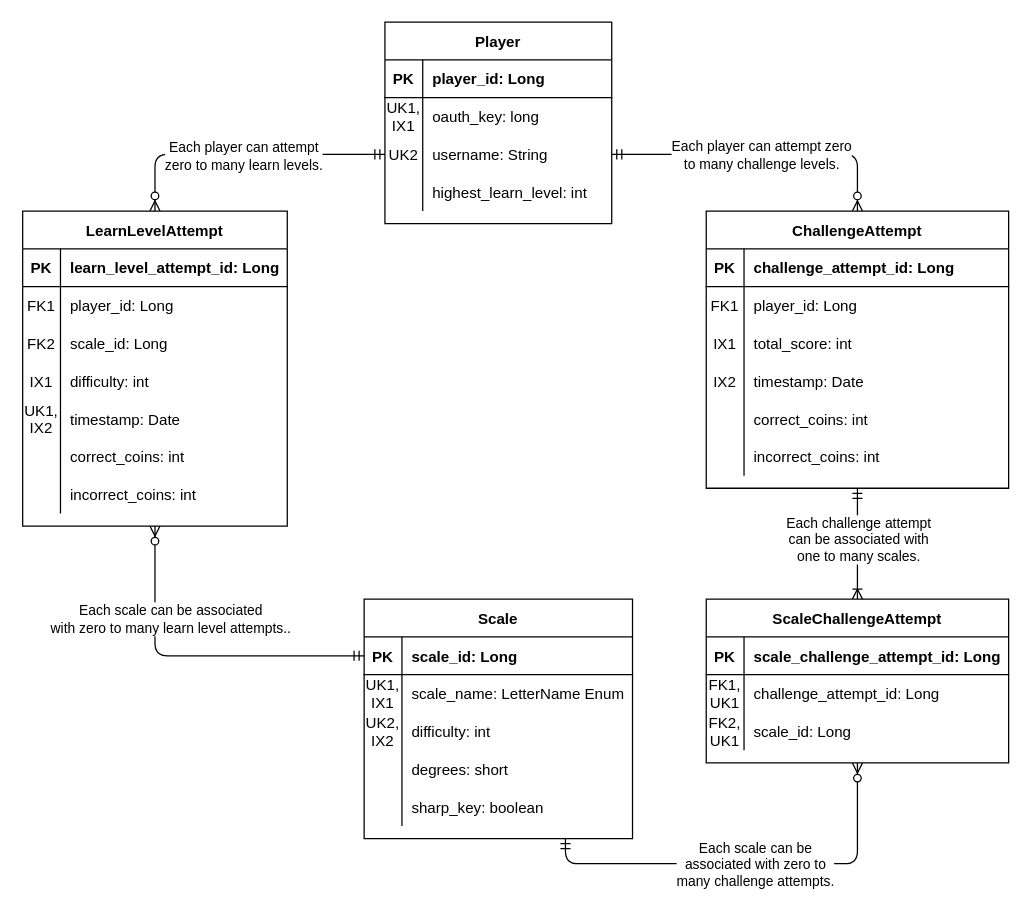
The draw.io diagram docs/work/erd.drawio in lsteiner9/ScaleScroller, before the edit. Source tidied: cells renumbered, new cells numbered last; positions are measured from the earlier drawing's top-left corner, leaving out a move shared by most shapes. Both pictures are drawn from the tidied source at 126%, with x=0, y=0 at pixel (21, 21).
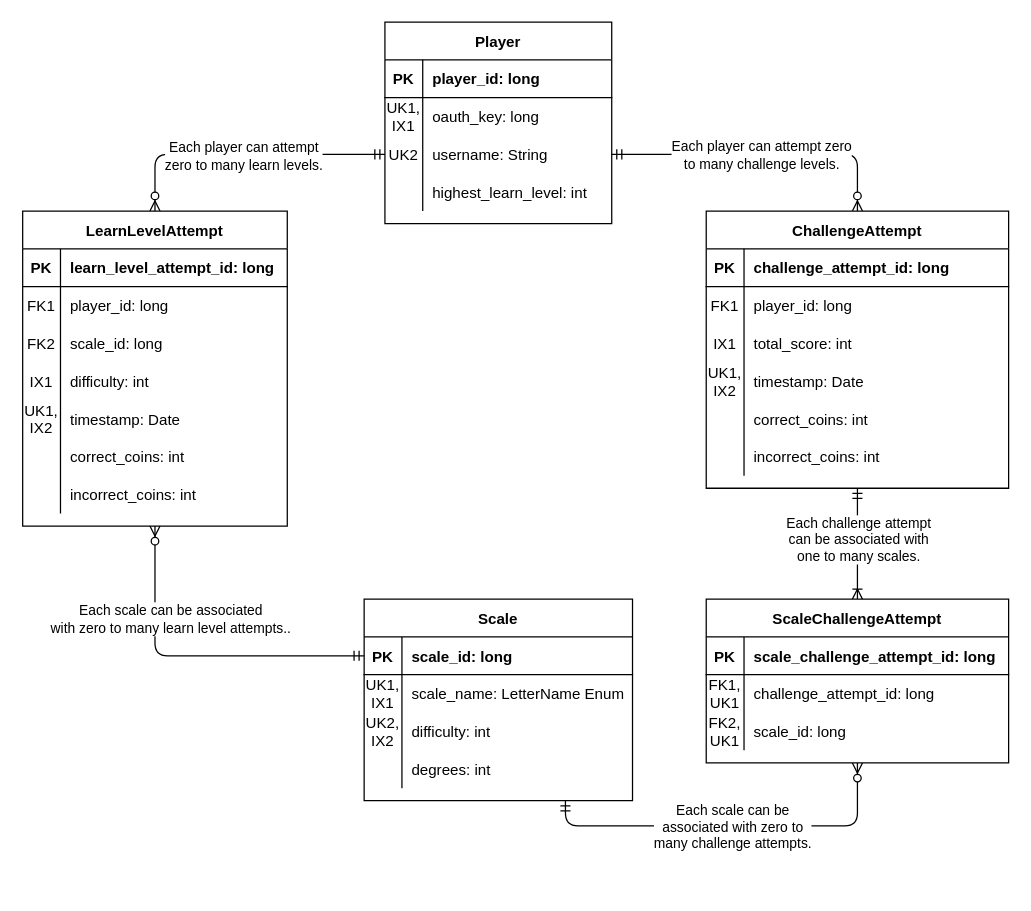
Above is the later version.

Unchanged cells that the change refers to:
```xml
<mxCell id="9" style="shape=partialRectangle;fillColor=none;top=0;left=0;bottom=1;right=0;" parent="8" vertex="1">
  <mxGeometry y="30" width="240" height="30" as="geometry" />
</mxCell>
<mxCell id="12" style="shape=partialRectangle;fillColor=none;top=0;left=0;bottom=0;right=0;" parent="8" vertex="1">
  <mxGeometry y="60" width="240" height="30" as="geometry" />
</mxCell>
<mxCell id="15" style="shape=partialRectangle;fillColor=none;top=0;left=0;bottom=0;right=0;" parent="8" vertex="1">
  <mxGeometry y="90" width="240" height="30" as="geometry" />
</mxCell>
<mxCell id="23" style="shape=partialRectangle;fillColor=none;top=0;left=0;bottom=1;right=0;" parent="22" vertex="1">
  <mxGeometry y="30" width="213" height="30" as="geometry" />
</mxCell>
<mxCell id="32" style="shape=partialRectangle;fillColor=none;top=0;left=0;bottom=0;right=0;" parent="22" vertex="1">
  <mxGeometry y="120" width="213" height="30" as="geometry" />
</mxCell>
<mxCell id="39" style="shape=partialRectangle;fillColor=none;top=0;left=0;bottom=1;right=0;" parent="38" vertex="1">
  <mxGeometry y="30" width="210" height="30" as="geometry" />
</mxCell>
<mxCell id="42" style="shape=partialRectangle;fillColor=none;top=0;left=0;bottom=0;right=0;" parent="38" vertex="1">
  <mxGeometry y="60" width="210" height="30" as="geometry" />
</mxCell>
<mxCell id="45" style="shape=partialRectangle;fillColor=none;top=0;left=0;bottom=0;right=0;" parent="38" vertex="1">
  <mxGeometry y="90" width="210" height="30" as="geometry" />
</mxCell>
<mxCell id="61" style="shape=partialRectangle;fillColor=none;top=0;left=0;bottom=1;right=0;" parent="60" vertex="1">
  <mxGeometry y="30" width="180" height="30" as="geometry" />
</mxCell>
<mxCell id="74" style="shape=partialRectangle;fillColor=none;top=0;left=0;bottom=1;right=0;" parent="73" vertex="1">
  <mxGeometry y="30" width="240" height="30" as="geometry" />
</mxCell>
<mxCell id="77" style="shape=partialRectangle;fillColor=none;top=0;left=0;bottom=0;right=0;" parent="73" vertex="1">
  <mxGeometry y="60" width="240" height="30" as="geometry" />
</mxCell>
<mxCell id="83" style="shape=partialRectangle;fillColor=none;top=0;left=0;bottom=0;right=0;" parent="73" vertex="1">
  <mxGeometry y="120" width="240" height="30" as="geometry" />
</mxCell>
```

The edit, as a diff of the source:
```diff
@@
-    <mxCell id="11" value="scale_challenge_attempt_id: Long" style="shape=partialRectangle;fillColor=none;top=0;left=0;bottom=0;right=0;align=left;spacingLeft=6;fontStyle=1;overflow=hidden;" parent="9" vertex="1">
+    <mxCell id="11" value="scale_challenge_attempt_id: long" style="shape=partialRectangle;fillColor=none;top=0;left=0;bottom=0;right=0;align=left;spacingLeft=6;fontStyle=1;overflow=hidden;" parent="9" vertex="1">
       <mxGeometry x="30" width="210" height="30" as="geometry" />
     </mxCell>
@@
-    <mxCell id="14" value="challenge_attempt_id: Long" style="shape=partialRectangle;fillColor=none;top=0;left=0;bottom=0;right=0;align=left;spacingLeft=6;overflow=hidden;fontStyle=0;" parent="12" vertex="1">
+    <mxCell id="14" value="challenge_attempt_id: long" style="shape=partialRectangle;fillColor=none;top=0;left=0;bottom=0;right=0;align=left;spacingLeft=6;overflow=hidden;fontStyle=0;" parent="12" vertex="1">
       <mxGeometry x="30" width="210" height="30" as="geometry" />
     </mxCell>
@@
-    <mxCell id="17" value="scale_id: Long" style="shape=partialRectangle;fillColor=none;top=0;left=0;bottom=0;right=0;align=left;spacingLeft=6;overflow=hidden;" parent="15" vertex="1">
+    <mxCell id="17" value="scale_id: long" style="shape=partialRectangle;fillColor=none;top=0;left=0;bottom=0;right=0;align=left;spacingLeft=6;overflow=hidden;" parent="15" vertex="1">
       <mxGeometry x="30" width="210" height="30" as="geometry" />
     </mxCell>
@@
     <mxCell id="22" value="Scale" style="shape=table;startSize=30;childLayout=tableLayout;rowLines=0;fontStyle=1;align=center;" parent="1" vertex="1">
-      <mxGeometry x="271.5" y="458" width="213" height="190" as="geometry" />
+      <mxGeometry x="271.5" y="458" width="213" height="160" as="geometry" />
     </mxCell>
@@
-    <mxCell id="25" value="scale_id: Long" style="shape=partialRectangle;fillColor=none;top=0;left=0;bottom=0;right=0;align=left;spacingLeft=6;fontStyle=1;overflow=hidden;" parent="23" vertex="1">
+    <mxCell id="25" value="scale_id: long" style="shape=partialRectangle;fillColor=none;top=0;left=0;bottom=0;right=0;align=left;spacingLeft=6;fontStyle=1;overflow=hidden;" parent="23" vertex="1">
       <mxGeometry x="30" width="183" height="30" as="geometry" />
     </mxCell>
@@
-    <mxCell id="34" value="degrees: short" style="shape=partialRectangle;fillColor=none;top=0;left=0;bottom=0;right=0;align=left;spacingLeft=6;overflow=hidden;" parent="32" vertex="1">
+    <mxCell id="34" value="degrees: int" style="shape=partialRectangle;fillColor=none;top=0;left=0;bottom=0;right=0;align=left;spacingLeft=6;overflow=hidden;" parent="32" vertex="1">
       <mxGeometry x="30" width="183" height="30" as="geometry" />
     </mxCell>
-    <mxCell id="35" style="shape=partialRectangle;fillColor=none;top=0;left=0;bottom=0;right=0;" parent="22" vertex="1">
-      <mxGeometry y="150" width="213" height="30" as="geometry" />
-    </mxCell>
-    <mxCell id="36" style="shape=partialRectangle;fillColor=none;top=0;left=0;bottom=0;right=0;overflow=hidden;" parent="35" vertex="1">
-      <mxGeometry width="30" height="30" as="geometry" />
-    </mxCell>
-    <mxCell id="37" value="sharp_key: boolean" style="shape=partialRectangle;fillColor=none;top=0;left=0;bottom=0;right=0;align=left;spacingLeft=6;overflow=hidden;" parent="35" vertex="1">
-      <mxGeometry x="30" width="183" height="30" as="geometry" />
-    </mxCell>
@@
-    <mxCell id="41" value="learn_level_attempt_id: Long" style="shape=partialRectangle;fillColor=none;top=0;left=0;bottom=0;right=0;align=left;spacingLeft=6;fontStyle=1;overflow=hidden;" parent="39" vertex="1">
+    <mxCell id="41" value="learn_level_attempt_id: long" style="shape=partialRectangle;fillColor=none;top=0;left=0;bottom=0;right=0;align=left;spacingLeft=6;fontStyle=1;overflow=hidden;" parent="39" vertex="1">
       <mxGeometry x="30" width="180" height="30" as="geometry" />
     </mxCell>
@@
-    <mxCell id="44" value="player_id: Long" style="shape=partialRectangle;fillColor=none;top=0;left=0;bottom=0;right=0;align=left;spacingLeft=6;overflow=hidden;" parent="42" vertex="1">
+    <mxCell id="44" value="player_id: long" style="shape=partialRectangle;fillColor=none;top=0;left=0;bottom=0;right=0;align=left;spacingLeft=6;overflow=hidden;" parent="42" vertex="1">
       <mxGeometry x="30" width="180" height="30" as="geometry" />
     </mxCell>
@@
-    <mxCell id="47" value="scale_id: Long" style="shape=partialRectangle;fillColor=none;top=0;left=0;bottom=0;right=0;align=left;spacingLeft=6;overflow=hidden;" parent="45" vertex="1">
+    <mxCell id="47" value="scale_id: long" style="shape=partialRectangle;fillColor=none;top=0;left=0;bottom=0;right=0;align=left;spacingLeft=6;overflow=hidden;" parent="45" vertex="1">
       <mxGeometry x="30" width="180" height="30" as="geometry" />
     </mxCell>
@@
-    <mxCell id="63" value="player_id: Long" style="shape=partialRectangle;fillColor=none;top=0;left=0;bottom=0;right=0;align=left;spacingLeft=6;fontStyle=1;overflow=hidden;" parent="61" vertex="1">
+    <mxCell id="63" value="player_id: long" style="shape=partialRectangle;fillColor=none;top=0;left=0;bottom=0;right=0;align=left;spacingLeft=6;fontStyle=1;overflow=hidden;" parent="61" vertex="1">
       <mxGeometry x="30" width="150" height="30" as="geometry" />
     </mxCell>
@@
-    <mxCell id="76" value="challenge_attempt_id: Long" style="shape=partialRectangle;fillColor=none;top=0;left=0;bottom=0;right=0;align=left;spacingLeft=6;fontStyle=1;overflow=hidden;" parent="74" vertex="1">
+    <mxCell id="76" value="challenge_attempt_id: long" style="shape=partialRectangle;fillColor=none;top=0;left=0;bottom=0;right=0;align=left;spacingLeft=6;fontStyle=1;overflow=hidden;" parent="74" vertex="1">
       <mxGeometry x="30" width="210" height="30" as="geometry" />
     </mxCell>
@@
-    <mxCell id="79" value="player_id: Long" style="shape=partialRectangle;fillColor=none;top=0;left=0;bottom=0;right=0;align=left;spacingLeft=6;overflow=hidden;" parent="77" vertex="1">
+    <mxCell id="79" value="player_id: long" style="shape=partialRectangle;fillColor=none;top=0;left=0;bottom=0;right=0;align=left;spacingLeft=6;overflow=hidden;" parent="77" vertex="1">
       <mxGeometry x="30" width="210" height="30" as="geometry" />
     </mxCell>
@@
-    <mxCell id="84" value="IX2" style="shape=partialRectangle;fillColor=none;top=0;left=0;bottom=0;right=0;overflow=hidden;" parent="83" vertex="1">
+    <mxCell id="84" value="UK1,&#10;IX2" style="shape=partialRectangle;fillColor=none;top=0;left=0;bottom=0;right=0;overflow=hidden;" parent="83" vertex="1">
       <mxGeometry width="30" height="30" as="geometry" />
     </mxCell>
```
